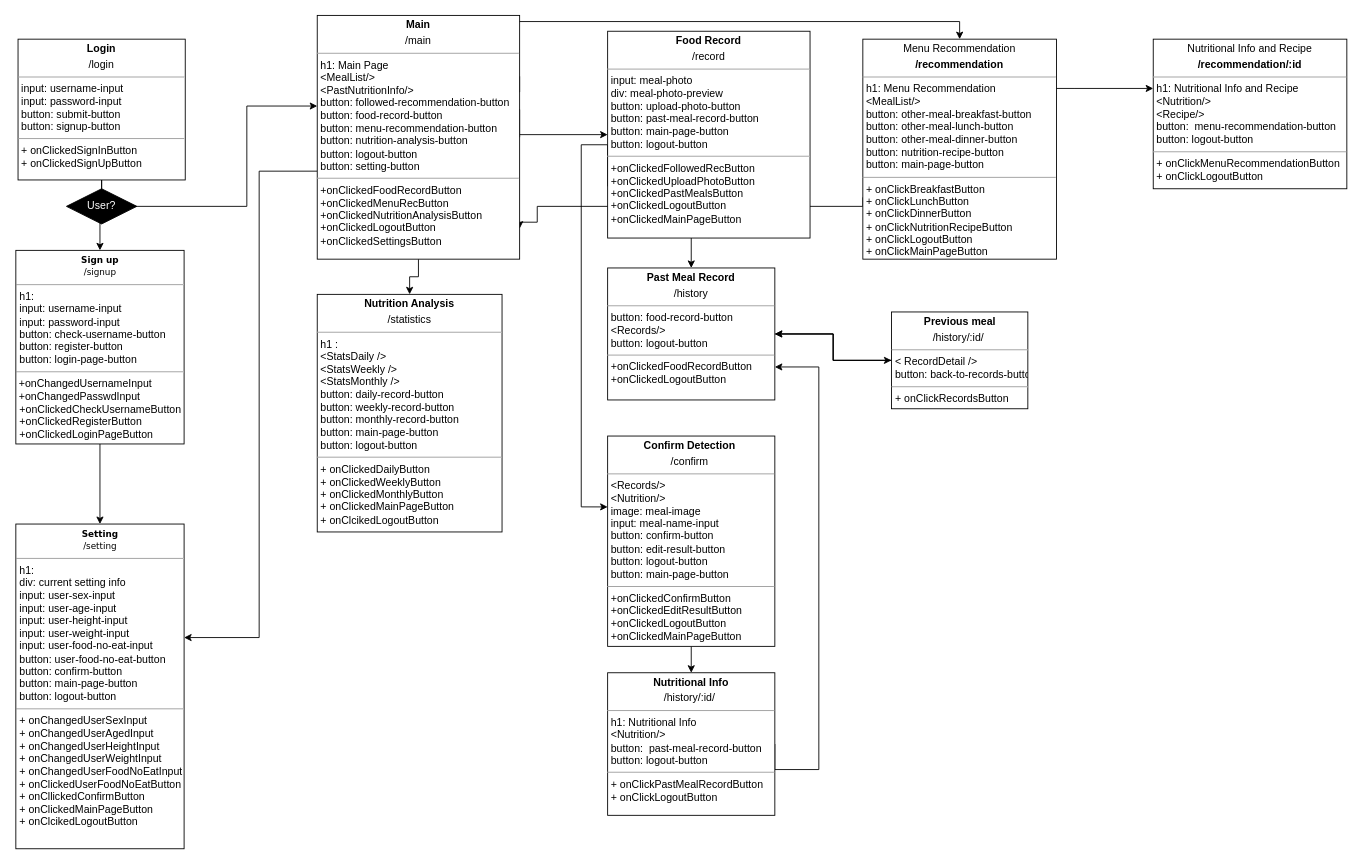
The draw.io diagram Untitled Diagram.drawio in swsnu/swpp2021-team5, before the edit. Source tidied: cells renumbered, new cells numbered last; positions are measured from the earlier drawing's top-left corner, leaving out a move shared by most shapes. Both pictures are drawn from the tidied source at 88%, with x=0, y=0 at pixel (16, 15).
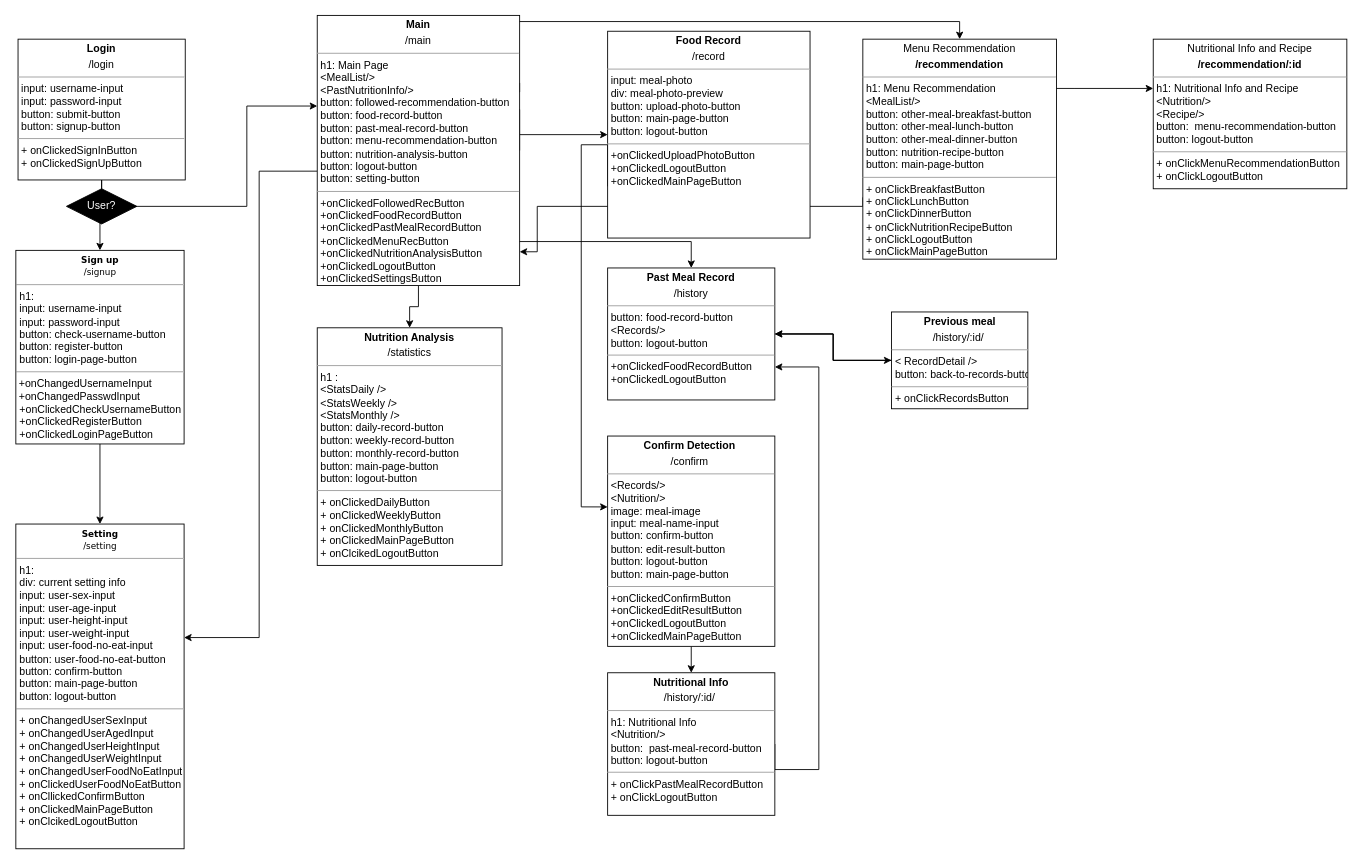
The same diagram, later.

The change refers to these unchanged cells:
```xml
<mxCell id="17" value="&lt;p style=&quot;margin: 0px ; margin-top: 4px ; text-align: center&quot;&gt;&lt;b&gt;Past Meal Record&lt;/b&gt;&lt;/p&gt;&lt;p style=&quot;margin: 0px ; margin-top: 4px ; text-align: center&quot;&gt;/history&lt;/p&gt;&lt;hr size=&quot;1&quot;&gt;&lt;p style=&quot;margin: 0px 0px 0px 4px&quot;&gt;button: food-record-button&lt;/p&gt;&lt;p style=&quot;margin: 0px 0px 0px 4px&quot;&gt;&amp;lt;Records/&amp;gt;&lt;/p&gt;&lt;p style=&quot;margin: 0px 0px 0px 4px&quot;&gt;button: logout-button&lt;/p&gt;&lt;hr size=&quot;1&quot;&gt;&lt;p style=&quot;margin: 0px ; margin-left: 4px&quot;&gt;+onClickedFoodRecordButton&lt;/p&gt;&lt;p style=&quot;margin: 0px ; margin-left: 4px&quot;&gt;+onClickedLogoutButton&lt;/p&gt;" style="verticalAlign=top;align=left;overflow=fill;fontSize=12;fontFamily=Helvetica;html=1;rounded=0;shadow=0;comic=0;labelBackgroundColor=none;strokeWidth=1;" parent="1" vertex="1">
  <mxGeometry x="672" y="287" width="190" height="150" as="geometry" />
</mxCell>
```

What changed in the source:
```diff
@@
     <mxCell id="2" value="&lt;p style=&quot;margin: 4px 0px 0px ; text-align: center&quot;&gt;&lt;b&gt;Nutrition Analysis&lt;/b&gt;&lt;/p&gt;&lt;p style=&quot;margin: 4px 0px 0px ; text-align: center&quot;&gt;/statistics&lt;/p&gt;&lt;hr size=&quot;1&quot;&gt;&lt;p style=&quot;margin: 0px 0px 0px 4px&quot;&gt;h1 :&amp;nbsp;&lt;/p&gt;&lt;p style=&quot;margin: 0px 0px 0px 4px&quot;&gt;&amp;lt;StatsDaily /&amp;gt;&lt;/p&gt;&lt;p style=&quot;margin: 0px 0px 0px 4px&quot;&gt;&amp;lt;StatsWeekly /&amp;gt;&lt;/p&gt;&lt;p style=&quot;margin: 0px 0px 0px 4px&quot;&gt;&amp;lt;StatsMonthly /&amp;gt;&lt;/p&gt;&lt;p style=&quot;margin: 0px 0px 0px 4px&quot;&gt;button: daily-record-button&lt;/p&gt;&lt;p style=&quot;margin: 0px 0px 0px 4px&quot;&gt;&lt;span&gt;button:&amp;nbsp;&lt;/span&gt;&lt;span&gt;weekly-record-button&lt;/span&gt;&lt;/p&gt;&lt;p style=&quot;margin: 0px 0px 0px 4px&quot;&gt;&lt;span&gt;button:&amp;nbsp;&lt;/span&gt;&lt;span&gt;monthly-record-button&lt;/span&gt;&lt;/p&gt;&lt;p style=&quot;margin: 0px 0px 0px 4px&quot;&gt;button: main-page-button&lt;/p&gt;&lt;p style=&quot;margin: 0px 0px 0px 4px&quot;&gt;button: logout-button&lt;/p&gt;&lt;hr size=&quot;1&quot;&gt;&lt;p style=&quot;margin: 0px 0px 0px 4px&quot;&gt;+ onClickedDailyButton&lt;/p&gt;&lt;p style=&quot;margin: 0px 0px 0px 4px&quot;&gt;+ onClickedWeeklyButton&lt;/p&gt;&lt;p style=&quot;margin: 0px 0px 0px 4px&quot;&gt;+ onClickedMonthlyButton&amp;nbsp;&lt;/p&gt;&lt;p style=&quot;margin: 0px 0px 0px 4px&quot;&gt;+ onClickedMainPageButton&lt;/p&gt;&lt;p style=&quot;margin: 0px 0px 0px 4px&quot;&gt;+ onClcikedLogoutButton&lt;/p&gt;" style="verticalAlign=top;align=left;overflow=fill;fontSize=12;fontFamily=Helvetica;html=1;rounded=0;shadow=0;comic=0;labelBackgroundColor=none;strokeWidth=1;" parent="1" vertex="1">
-      <mxGeometry x="342" y="317" width="210" height="270" as="geometry" />
+      <mxGeometry x="342" y="355" width="210" height="270" as="geometry" />
     </mxCell>
@@
     <mxCell id="4" style="edgeStyle=orthogonalEdgeStyle;rounded=0;jettySize=auto;html=1;exitX=0.25;exitY=1;exitDx=0;exitDy=0;fontColor=#FFFFFF;entryX=1;entryY=0.875;entryDx=0;entryDy=0;entryPerimeter=0;" parent="1" edge="1" target="9">
       <mxGeometry relative="1" as="geometry">
         <mxPoint x="1029.5" y="207" as="sourcePoint" />
         <Array as="points">
           <mxPoint x="962" y="207" />
           <mxPoint x="962" y="217" />
           <mxPoint x="592" y="217" />
-          <mxPoint x="592" y="235" />
+          <mxPoint x="592" y="269" />
         </Array>
       </mxGeometry>
     </mxCell>
@@
-    <mxCell id="9" value="&lt;p style=&quot;margin: 0px ; margin-top: 4px ; text-align: center&quot;&gt;&lt;b&gt;Main&lt;/b&gt;&lt;/p&gt;&lt;p style=&quot;margin: 0px ; margin-top: 4px ; text-align: center&quot;&gt;/main&lt;/p&gt;&lt;hr size=&quot;1&quot;&gt;&lt;p style=&quot;margin: 0px ; margin-left: 4px&quot;&gt;h1: Main Page&lt;/p&gt;&lt;p style=&quot;margin: 0px ; margin-left: 4px&quot;&gt;&amp;lt;MealList/&amp;gt;&lt;/p&gt;&lt;p style=&quot;margin: 0px ; margin-left: 4px&quot;&gt;&amp;lt;PastNutritionInfo/&amp;gt;&lt;/p&gt;&lt;p style=&quot;margin: 0px 0px 0px 4px&quot;&gt;button: followed-recommendation-button&lt;/p&gt;&lt;p style=&quot;margin: 0px ; margin-left: 4px&quot;&gt;&lt;span&gt;button: food-record-button&lt;/span&gt;&lt;br&gt;&lt;/p&gt;&lt;p style=&quot;margin: 0px 0px 0px 4px&quot;&gt;button: menu-recommendation-button&lt;/p&gt;&lt;p style=&quot;margin: 0px 0px 0px 4px&quot;&gt;button: nutrition-analysis-button&lt;/p&gt;&lt;p style=&quot;margin: 0px 0px 0px 4px&quot;&gt;button: logout-button&lt;/p&gt;&lt;p style=&quot;margin: 0px 0px 0px 4px&quot;&gt;button: setting-button&lt;/p&gt;&lt;hr size=&quot;1&quot;&gt;&lt;p style=&quot;margin: 0px ; margin-left: 4px&quot;&gt;+onClickedFoodRecordButton&lt;/p&gt;&lt;p style=&quot;margin: 0px ; margin-left: 4px&quot;&gt;+onClickedMenuRecButton&lt;/p&gt;&lt;p style=&quot;margin: 0px ; margin-left: 4px&quot;&gt;+onClickedNutritionAnalysisButton&lt;/p&gt;&lt;p style=&quot;margin: 0px ; margin-left: 4px&quot;&gt;+onClickedLogoutButton&lt;/p&gt;&lt;p style=&quot;margin: 0px ; margin-left: 4px&quot;&gt;+onClickedSettingsButton&lt;/p&gt;" style="verticalAlign=top;align=left;overflow=fill;fontSize=12;fontFamily=Helvetica;html=1;rounded=0;shadow=0;comic=0;labelBackgroundColor=none;strokeWidth=1;" parent="1" vertex="1">
-      <mxGeometry x="342" width="230" height="277" as="geometry" />
+    <mxCell id="9" value="&lt;p style=&quot;margin: 0px ; margin-top: 4px ; text-align: center&quot;&gt;&lt;b&gt;Main&lt;/b&gt;&lt;/p&gt;&lt;p style=&quot;margin: 0px ; margin-top: 4px ; text-align: center&quot;&gt;/main&lt;/p&gt;&lt;hr size=&quot;1&quot;&gt;&lt;p style=&quot;margin: 0px ; margin-left: 4px&quot;&gt;h1: Main Page&lt;/p&gt;&lt;p style=&quot;margin: 0px ; margin-left: 4px&quot;&gt;&amp;lt;MealList/&amp;gt;&lt;/p&gt;&lt;p style=&quot;margin: 0px ; margin-left: 4px&quot;&gt;&amp;lt;PastNutritionInfo/&amp;gt;&lt;/p&gt;&lt;p style=&quot;margin: 0px 0px 0px 4px&quot;&gt;button: followed-recommendation-button&lt;/p&gt;&lt;p style=&quot;margin: 0px ; margin-left: 4px&quot;&gt;&lt;span&gt;button: food-record-button&lt;/span&gt;&lt;br&gt;&lt;/p&gt;&lt;p style=&quot;margin: 0px 0px 0px 4px&quot;&gt;button: past-meal-record-button&lt;/p&gt;&lt;p style=&quot;margin: 0px 0px 0px 4px&quot;&gt;button: menu-recommendation-button&lt;/p&gt;&lt;p style=&quot;margin: 0px 0px 0px 4px&quot;&gt;button: nutrition-analysis-button&lt;/p&gt;&lt;p style=&quot;margin: 0px 0px 0px 4px&quot;&gt;button: logout-button&lt;/p&gt;&lt;p style=&quot;margin: 0px 0px 0px 4px&quot;&gt;button: setting-button&lt;/p&gt;&lt;hr size=&quot;1&quot;&gt;&lt;p style=&quot;margin: 0px ; margin-left: 4px&quot;&gt;+onClickedFollowedRecButton&lt;br&gt;&lt;/p&gt;&lt;p style=&quot;margin: 0px ; margin-left: 4px&quot;&gt;+onClickedFoodRecordButton&lt;/p&gt;&lt;p style=&quot;margin: 0px 0px 0px 4px&quot;&gt;+onClickedPastMealRecordButton&lt;/p&gt;&lt;p style=&quot;margin: 0px ; margin-left: 4px&quot;&gt;+onClickedMenuRecButton&lt;/p&gt;&lt;p style=&quot;margin: 0px ; margin-left: 4px&quot;&gt;+onClickedNutritionAnalysisButton&lt;/p&gt;&lt;p style=&quot;margin: 0px ; margin-left: 4px&quot;&gt;+onClickedLogoutButton&lt;/p&gt;&lt;p style=&quot;margin: 0px ; margin-left: 4px&quot;&gt;+onClickedSettingsButton&lt;/p&gt;" style="verticalAlign=top;align=left;overflow=fill;fontSize=12;fontFamily=Helvetica;html=1;rounded=0;shadow=0;comic=0;labelBackgroundColor=none;strokeWidth=1;" parent="1" vertex="1">
+      <mxGeometry x="342" width="230" height="307" as="geometry" />
     </mxCell>
@@
-    <mxCell id="13" style="edgeStyle=orthogonalEdgeStyle;rounded=0;jettySize=auto;html=1;exitX=0.5;exitY=1;exitDx=0;exitDy=0;entryX=0.5;entryY=0;entryDx=0;entryDy=0;fontColor=#FFFFFF;" parent="1" edge="1" source="15" target="17">
+    <mxCell id="13" style="edgeStyle=orthogonalEdgeStyle;rounded=0;jettySize=auto;html=1;entryX=0.5;entryY=0;entryDx=0;entryDy=0;fontColor=#FFFFFF;" parent="1" edge="1" source="9" target="17">
       <mxGeometry relative="1" as="geometry">
         <Array as="points">
-          <mxPoint x="767" y="187" />
+          <mxPoint x="767" y="257" />
         </Array>
       </mxGeometry>
     </mxCell>
@@
-    <mxCell id="15" value="&lt;p style=&quot;margin: 0px ; margin-top: 4px ; text-align: center&quot;&gt;&lt;b&gt;Food Record&lt;/b&gt;&lt;/p&gt;&lt;p style=&quot;margin: 0px ; margin-top: 4px ; text-align: center&quot;&gt;/record&lt;/p&gt;&lt;hr size=&quot;1&quot;&gt;&lt;p style=&quot;margin: 0px ; margin-left: 4px&quot;&gt;&lt;span&gt;input: meal-photo&lt;/span&gt;&lt;/p&gt;&lt;p style=&quot;margin: 0px ; margin-left: 4px&quot;&gt;&lt;span&gt;div: meal-photo-preview&lt;/span&gt;&lt;/p&gt;&lt;p style=&quot;margin: 0px ; margin-left: 4px&quot;&gt;&lt;span&gt;button: upload-photo-button&lt;/span&gt;&lt;br&gt;&lt;/p&gt;&lt;p style=&quot;margin: 0px 0px 0px 4px&quot;&gt;button: past-meal-record-button&lt;/p&gt;&lt;p style=&quot;margin: 0px 0px 0px 4px&quot;&gt;button: main-page-button&lt;/p&gt;&lt;p style=&quot;margin: 0px 0px 0px 4px&quot;&gt;button: logout-button&lt;/p&gt;&lt;hr size=&quot;1&quot;&gt;&lt;p style=&quot;margin: 0px ; margin-left: 4px&quot;&gt;+onClickedFollowedRecButton&lt;/p&gt;&lt;p style=&quot;margin: 0px ; margin-left: 4px&quot;&gt;+onClickedUploadPhotoButton&lt;/p&gt;&lt;p style=&quot;margin: 0px ; margin-left: 4px&quot;&gt;+onClickedPastMealsButton&lt;/p&gt;&lt;p style=&quot;margin: 0px ; margin-left: 4px&quot;&gt;+onClickedLogoutButton&lt;/p&gt;&lt;p style=&quot;margin: 0px ; margin-left: 4px&quot;&gt;+onClickedMainPageButton&lt;/p&gt;" style="verticalAlign=top;align=left;overflow=fill;fontSize=12;fontFamily=Helvetica;html=1;rounded=0;shadow=0;comic=0;labelBackgroundColor=none;strokeWidth=1;" parent="1" vertex="1">
+    <mxCell id="15" value="&lt;p style=&quot;margin: 0px ; margin-top: 4px ; text-align: center&quot;&gt;&lt;b&gt;Food Record&lt;/b&gt;&lt;/p&gt;&lt;p style=&quot;margin: 0px ; margin-top: 4px ; text-align: center&quot;&gt;/record&lt;/p&gt;&lt;hr size=&quot;1&quot;&gt;&lt;p style=&quot;margin: 0px ; margin-left: 4px&quot;&gt;&lt;span&gt;input: meal-photo&lt;/span&gt;&lt;/p&gt;&lt;p style=&quot;margin: 0px ; margin-left: 4px&quot;&gt;&lt;span&gt;div: meal-photo-preview&lt;/span&gt;&lt;/p&gt;&lt;p style=&quot;margin: 0px ; margin-left: 4px&quot;&gt;&lt;span&gt;button: upload-photo-button&lt;/span&gt;&lt;br&gt;&lt;/p&gt;&lt;p style=&quot;margin: 0px 0px 0px 4px&quot;&gt;&lt;span&gt;button: main-page-button&lt;/span&gt;&lt;br&gt;&lt;/p&gt;&lt;p style=&quot;margin: 0px 0px 0px 4px&quot;&gt;button: logout-button&lt;/p&gt;&lt;hr size=&quot;1&quot;&gt;&lt;p style=&quot;margin: 0px ; margin-left: 4px&quot;&gt;&lt;span&gt;+onClickedUploadPhotoButton&lt;/span&gt;&lt;br&gt;&lt;/p&gt;&lt;p style=&quot;margin: 0px ; margin-left: 4px&quot;&gt;&lt;span&gt;+onClickedLogoutButton&lt;/span&gt;&lt;br&gt;&lt;/p&gt;&lt;p style=&quot;margin: 0px ; margin-left: 4px&quot;&gt;+onClickedMainPageButton&lt;/p&gt;" style="verticalAlign=top;align=left;overflow=fill;fontSize=12;fontFamily=Helvetica;html=1;rounded=0;shadow=0;comic=0;labelBackgroundColor=none;strokeWidth=1;" parent="1" vertex="1">
       <mxGeometry x="672" y="18" width="230" height="235" as="geometry" />
     </mxCell>
```
